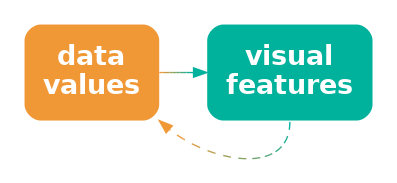
The Graphviz diagram Diagrams/data-vis-decode.png in pmur002/hdvw, before a commit. Its source is kept beside it as Diagrams/data-vis-decode.dot.
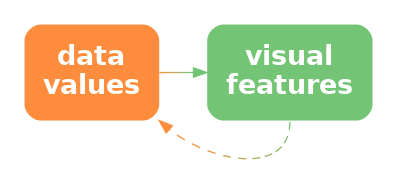
The same diagram one commit later.

Change to the diagram source:
```diff
@@ -1,9 +1,9 @@
 digraph {
   graph [ rankdir=LR; margin=.2; nodesep=.5 ];
   node [ fontsize=20; fontname="sans bold"; margin=.2 ];
-  data [ label="data\nvalues"; shape=box; style="filled, rounded"; penwidth=0; fontcolor=white; fillcolor="#F09736" ]
+  data [ label="data\nvalues"; shape=box; style="filled, rounded"; penwidth=0; fontcolor=white; fillcolor="#FD8D3C" ]
   vis [ label="visual\nfeatures"; shape=box;
-     style="filled, rounded"; penwidth=0; fontcolor=white; fillcolor="#00B19B" ]
-  data -> vis [ color="#F09736;0.1:#D59A41;0.1:#BB9D4C;0.1:#A0A058;0.1:#85A363;0.1:#6BA56E;0.1:#50A879;0.1:#35AB85;0.1:#1BAE90;0.1:#00B19B;0.1" ]
-  vis:s -> data:se [ style="dashed", color="#00B19B;0.1:#1BAE90;0.1:#35AB85;0.1:#50A879;0.1:#6BA56E;0.1:#85A363;0.1:#A0A058;0.1:#BB9D4C;0.1:#D59A41;0.1:#F09736;0.1" ]
+     style="filled, rounded"; penwidth=0; fontcolor=white; fillcolor="#74C476" ]
+  data -> vis [ color="#FD8D3C;0.1:#EE9342;0.1:#DF9949;0.1:#CF9F4F;0.1:#C0A556;0.1:#B1AC5C;0.1:#A2B263;0.1:#92B869;0.1:#83BE70;0.1:#74C476;0.1" ]
+  vis:s -> data:se [ style="dashed", color="#74C476;0.1:#83BE70;0.1:#92B869;0.1:#A2B263;0.1:#B1AC5C;0.1:#C0A556;0.1:#CF9F4F;0.1:#DF9949;0.1:#EE9342;0.1:#FD8D3C;0.1" ]
 }
```
